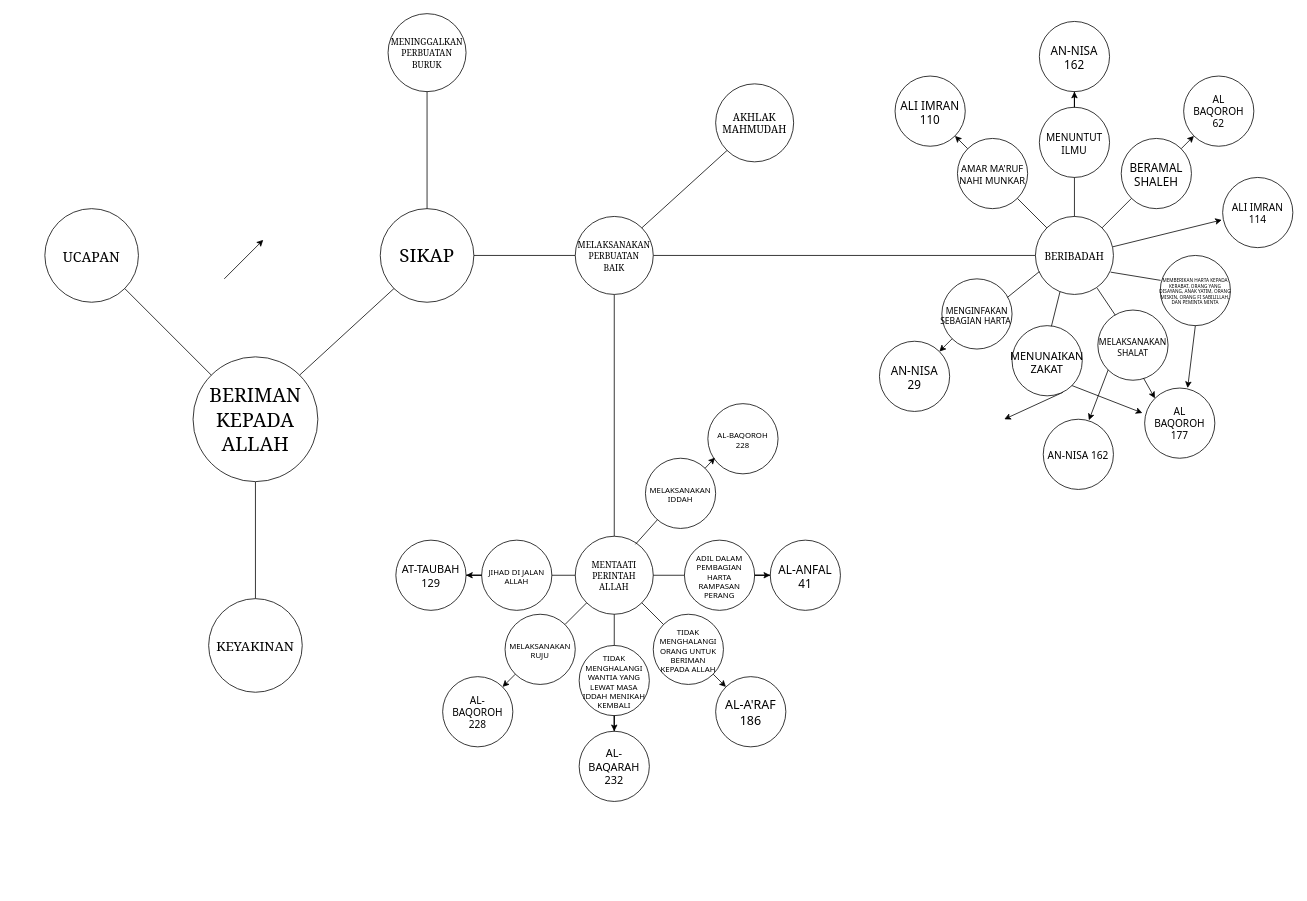
Before: ilta.drawio in Alfthrpy/Iseng, a draw.io diagram. Source tidied: cells renumbered, new cells numbered last; positions are measured from the earlier drawing's top-left corner, leaving out a move shared by most shapes. Both pictures are drawn from the tidied source at 78%, with x=0, y=0 at pixel (44, 13).
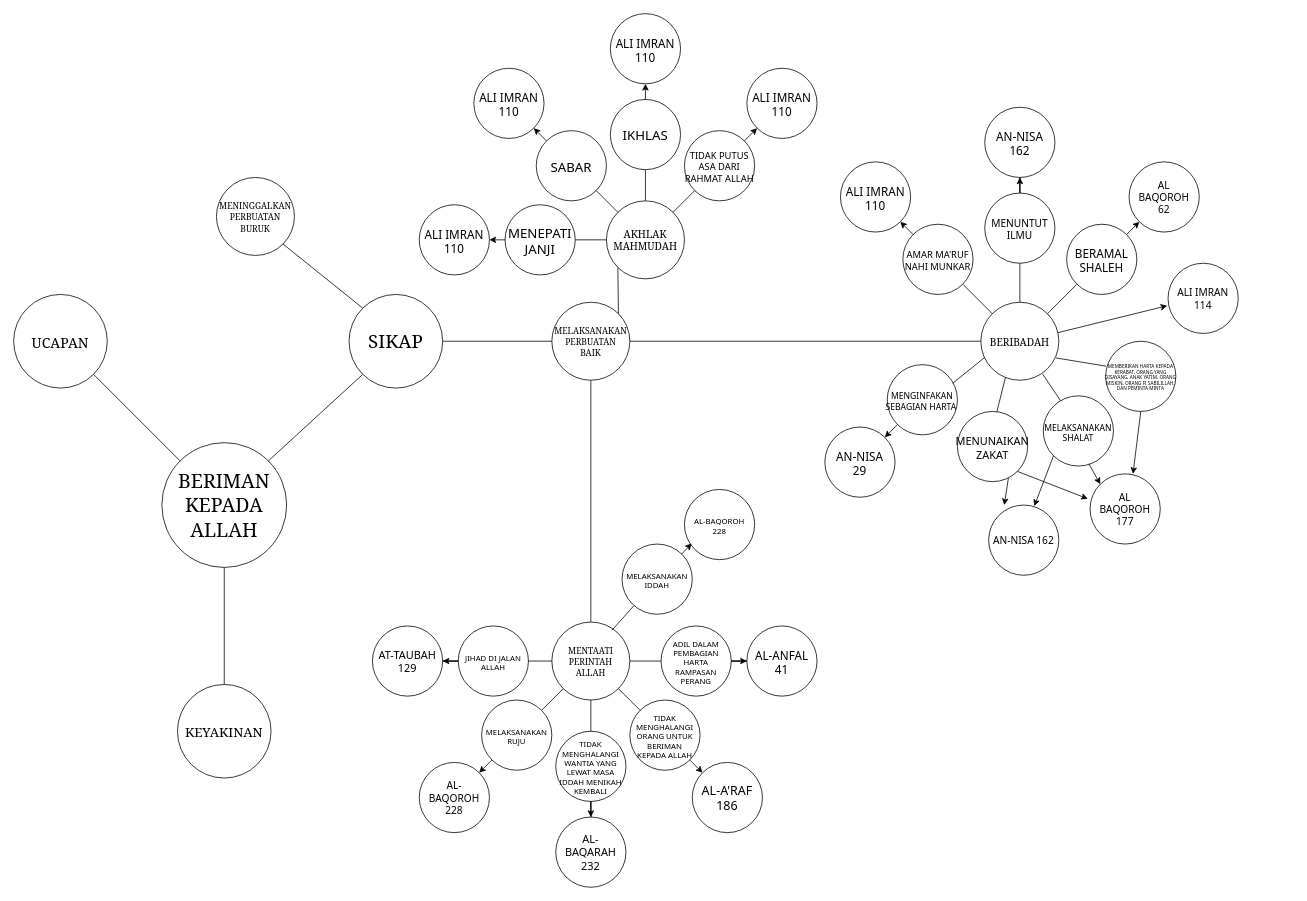
After the change.

Unchanged cells that the change refers to:
```xml
<mxCell id="54" value="MENUNAIKAN ZAKAT" style="ellipse;whiteSpace=wrap;html=1;spacingTop=3;spacing=-1;fontSize=14;fontFamily=Tahoma;horizontal=1;" parent="45" vertex="1">
  <mxGeometry x="170" y="390" width="90" height="90" as="geometry" />
</mxCell>
```

Diff of the diagram source:
```diff
@@
     <mxCell id="3" value="&lt;font face=&quot;Georgia&quot; style=&quot;font-size: 25px;&quot;&gt;BERIMAN KEPADA ALLAH&lt;/font&gt;" style="ellipse;verticalAlign=middle;fontSize=25;labelBackgroundColor=none;labelBorderColor=none;whiteSpace=wrap;html=1;spacingTop=0;" parent="1" vertex="1">
-      <mxGeometry x="190" y="440" width="160" height="160" as="geometry" />
+      <mxGeometry x="150" y="550" width="160" height="160" as="geometry" />
     </mxCell>
     <mxCell id="4" value="&lt;font style=&quot;font-size: 17px;&quot; face=&quot;Georgia&quot;&gt;KEYAKINAN&lt;/font&gt;" style="ellipse;verticalAlign=middle;fontSize=24;labelBackgroundColor=none;labelBorderColor=none;whiteSpace=wrap;html=1;spacingTop=0;" parent="1" vertex="1">
-      <mxGeometry x="210" y="750" width="120" height="120" as="geometry" />
+      <mxGeometry x="170" y="860" width="120" height="120" as="geometry" />
     </mxCell>
     <mxCell id="5" value="&lt;font face=&quot;Georgia&quot;&gt;&lt;span style=&quot;font-size: 18px;&quot;&gt;UCAPAN&lt;/span&gt;&lt;/font&gt;" style="ellipse;verticalAlign=middle;fontSize=24;labelBackgroundColor=none;labelBorderColor=none;whiteSpace=wrap;html=1;spacingTop=0;" parent="1" vertex="1">
-      <mxGeometry y="250" width="120" height="120" as="geometry" />
+      <mxGeometry x="-40" y="360" width="120" height="120" as="geometry" />
     </mxCell>
@@
     <mxCell id="7" value="&lt;font face=&quot;Georgia&quot; style=&quot;font-size: 24px;&quot;&gt;SIKAP&lt;/font&gt;" style="ellipse;verticalAlign=middle;fontSize=24;labelBackgroundColor=none;labelBorderColor=none;whiteSpace=wrap;html=1;spacingTop=0;" parent="1" vertex="1">
-      <mxGeometry x="430" y="250" width="120" height="120" as="geometry" />
+      <mxGeometry x="390" y="360" width="120" height="120" as="geometry" />
     </mxCell>
@@
     <mxCell id="10" value="&lt;font style=&quot;font-size: 11px;&quot; face=&quot;Georgia&quot;&gt;MENINGGALKAN PERBUATAN BURUK&lt;/font&gt;" style="ellipse;whiteSpace=wrap;html=1;spacingTop=2;spacing=5;" parent="1" vertex="1">
-      <mxGeometry x="440" width="100" height="100" as="geometry" />
+      <mxGeometry x="220" y="210" width="100" height="100" as="geometry" />
     </mxCell>
@@
     <mxCell id="13" value="&lt;font face=&quot;Georgia&quot;&gt;&lt;span style=&quot;font-size: 11px;&quot;&gt;MELAKSANAKAN PERBUATAN BAIK&lt;/span&gt;&lt;/font&gt;" style="ellipse;whiteSpace=wrap;html=1;spacingTop=2;spacing=5;" parent="1" vertex="1">
-      <mxGeometry x="680" y="260" width="100" height="100" as="geometry" />
+      <mxGeometry x="650" y="370" width="100" height="100" as="geometry" />
     </mxCell>
-    <mxCell id="14" style="endArrow=classic;html=1;rounded=0;" parent="1" edge="1">
-      <mxGeometry relative="1" as="geometry">
-        <mxPoint x="230" y="340" as="sourcePoint" />
-        <mxPoint x="280" y="290" as="targetPoint" />
-      </mxGeometry>
-    </mxCell>
-    <mxCell id="15" style="endArrow=none;html=1;rounded=0;entryX=0.5;entryY=1;entryDx=0;entryDy=0;endFill=0;" parent="1" edge="1" source="7" target="10">
+    <mxCell id="15" style="endArrow=none;html=1;rounded=0;entryX=1;entryY=1;entryDx=0;entryDy=0;endFill=0;exitX=0;exitY=0;exitDx=0;exitDy=0;" parent="1" edge="1" source="7" target="10">
       <mxGeometry relative="1" as="geometry" />
     </mxCell>
     <mxCell id="16" style="group;" parent="1" vertex="1">
-      <mxGeometry x="450" y="500" width="590" height="510" as="geometry" />
+      <mxGeometry x="420" y="610" width="590" height="510" as="geometry" />
     </mxCell>
@@
     <mxCell id="42" style="endArrow=classic;html=1;rounded=0;exitX=0.726;exitY=0.949;exitDx=0;exitDy=0;exitPerimeter=0;" parent="1" edge="1" source="54">
       <mxGeometry relative="1" as="geometry">
-        <mxPoint x="1230" y="520" as="targetPoint" />
+        <mxPoint x="1230" y="630" as="targetPoint" />
       </mxGeometry>
     </mxCell>
-    <mxCell id="43" value="&lt;font face=&quot;Georgia&quot;&gt;AKHLAK MAHMUDAH&lt;/font&gt;" style="ellipse;whiteSpace=wrap;html=1;spacingTop=2;spacing=5;fontSize=13;" parent="1" vertex="1">
-      <mxGeometry x="860" y="90" width="100" height="100" as="geometry" />
-    </mxCell>
@@
     <mxCell id="45" style="group;" parent="1" vertex="1">
-      <mxGeometry x="1070" y="10" width="530" height="600" as="geometry" />
+      <mxGeometry x="1000" y="120" width="530" height="600" as="geometry" />
     </mxCell>
@@
+    <mxCell id="77" value="ALI IMRAN&lt;br&gt;110" style="ellipse;whiteSpace=wrap;html=1;spacingTop=2;spacing=5;fontSize=15;fontFamily=Tahoma;" parent="45" vertex="1">
+      <mxGeometry x="-100" y="-50" width="90" height="90" as="geometry" />
+    </mxCell>
+    <mxCell id="78" style="endArrow=classic;html=1;rounded=0;entryX=0;entryY=1;entryDx=0;entryDy=0;endFill=1;exitX=1;exitY=0;exitDx=0;exitDy=0;" parent="1" edge="1" source="82" target="77">
+      <mxGeometry relative="1" as="geometry" />
+    </mxCell>
+    <mxCell id="43" value="&lt;font face=&quot;Georgia&quot;&gt;AKHLAK MAHMUDAH&lt;/font&gt;" style="ellipse;whiteSpace=wrap;html=1;spacingTop=2;spacing=5;fontSize=13;" parent="1" vertex="1">
+      <mxGeometry x="720" y="240" width="100" height="100" as="geometry" />
+    </mxCell>
+    <mxCell id="79" value="MENEPATI JANJI" style="ellipse;whiteSpace=wrap;html=1;spacingTop=3;spacing=-1;fontSize=17;fontFamily=Tahoma;horizontal=1;" parent="1" vertex="1">
+      <mxGeometry x="590" y="245" width="90" height="90" as="geometry" />
+    </mxCell>
+    <mxCell id="80" value="SABAR" style="ellipse;whiteSpace=wrap;html=1;spacingTop=3;spacing=-1;fontSize=17;fontFamily=Tahoma;horizontal=1;" parent="1" vertex="1">
+      <mxGeometry x="630" y="150" width="90" height="90" as="geometry" />
+    </mxCell>
+    <mxCell id="81" value="IKHLAS" style="ellipse;whiteSpace=wrap;html=1;spacingTop=3;spacing=-1;fontSize=17;fontFamily=Tahoma;horizontal=1;" parent="1" vertex="1">
+      <mxGeometry x="725" y="110" width="90" height="90" as="geometry" />
+    </mxCell>
+    <mxCell id="82" value="TIDAK PUTUS ASA DARI RAHMAT ALLAH" style="ellipse;whiteSpace=wrap;html=1;spacingTop=3;spacing=-1;fontSize=12;fontFamily=Tahoma;horizontal=1;" parent="1" vertex="1">
+      <mxGeometry x="820" y="150" width="90" height="90" as="geometry" />
+    </mxCell>
+    <mxCell id="83" value="ALI IMRAN&lt;br&gt;110" style="ellipse;whiteSpace=wrap;html=1;spacingTop=2;spacing=5;fontSize=15;fontFamily=Tahoma;" parent="1" vertex="1">
+      <mxGeometry x="725" width="90" height="90" as="geometry" />
+    </mxCell>
+    <mxCell id="84" value="ALI IMRAN&lt;br&gt;110" style="ellipse;whiteSpace=wrap;html=1;spacingTop=2;spacing=5;fontSize=15;fontFamily=Tahoma;" parent="1" vertex="1">
+      <mxGeometry x="550" y="70" width="90" height="90" as="geometry" />
+    </mxCell>
+    <mxCell id="85" value="ALI IMRAN&lt;br&gt;110" style="ellipse;whiteSpace=wrap;html=1;spacingTop=2;spacing=5;fontSize=15;fontFamily=Tahoma;" parent="1" vertex="1">
+      <mxGeometry x="480" y="245" width="90" height="90" as="geometry" />
+    </mxCell>
+    <mxCell id="86" style="endArrow=none;html=1;rounded=0;exitX=0;exitY=0.5;exitDx=0;exitDy=0;entryX=1;entryY=0.5;entryDx=0;entryDy=0;endFill=0;" parent="1" edge="1" source="43" target="79">
+      <mxGeometry relative="1" as="geometry" />
+    </mxCell>
+    <mxCell id="87" style="endArrow=none;html=1;rounded=0;exitX=1;exitY=1;exitDx=0;exitDy=0;entryX=0;entryY=0;entryDx=0;entryDy=0;endFill=0;" parent="1" edge="1" source="80" target="43">
+      <mxGeometry relative="1" as="geometry" />
+    </mxCell>
+    <mxCell id="88" style="endArrow=none;html=1;rounded=0;exitX=0.5;exitY=1;exitDx=0;exitDy=0;entryX=0.5;entryY=0;entryDx=0;entryDy=0;endFill=0;" parent="1" edge="1" source="81" target="43">
+      <mxGeometry relative="1" as="geometry" />
+    </mxCell>
+    <mxCell id="89" style="endArrow=none;html=1;rounded=0;exitX=1;exitY=0;exitDx=0;exitDy=0;entryX=0;entryY=1;entryDx=0;entryDy=0;endFill=0;" parent="1" edge="1" source="43" target="82">
+      <mxGeometry relative="1" as="geometry" />
+    </mxCell>
+    <mxCell id="90" style="endArrow=classic;html=1;rounded=0;exitX=0.5;exitY=0;exitDx=0;exitDy=0;endFill=1;entryX=0.5;entryY=1;entryDx=0;entryDy=0;" parent="1" edge="1" source="81" target="83">
+      <mxGeometry relative="1" as="geometry" />
+    </mxCell>
+    <mxCell id="91" style="endArrow=classic;html=1;rounded=0;entryX=1;entryY=1;entryDx=0;entryDy=0;endFill=1;exitX=0;exitY=0;exitDx=0;exitDy=0;" parent="1" edge="1" source="80" target="84">
+      <mxGeometry relative="1" as="geometry" />
+    </mxCell>
+    <mxCell id="92" style="endArrow=classic;html=1;rounded=0;entryX=1;entryY=0.5;entryDx=0;entryDy=0;endFill=1;exitX=0;exitY=0.5;exitDx=0;exitDy=0;" parent="1" edge="1" source="79" target="85">
+      <mxGeometry relative="1" as="geometry" />
+    </mxCell>
```
